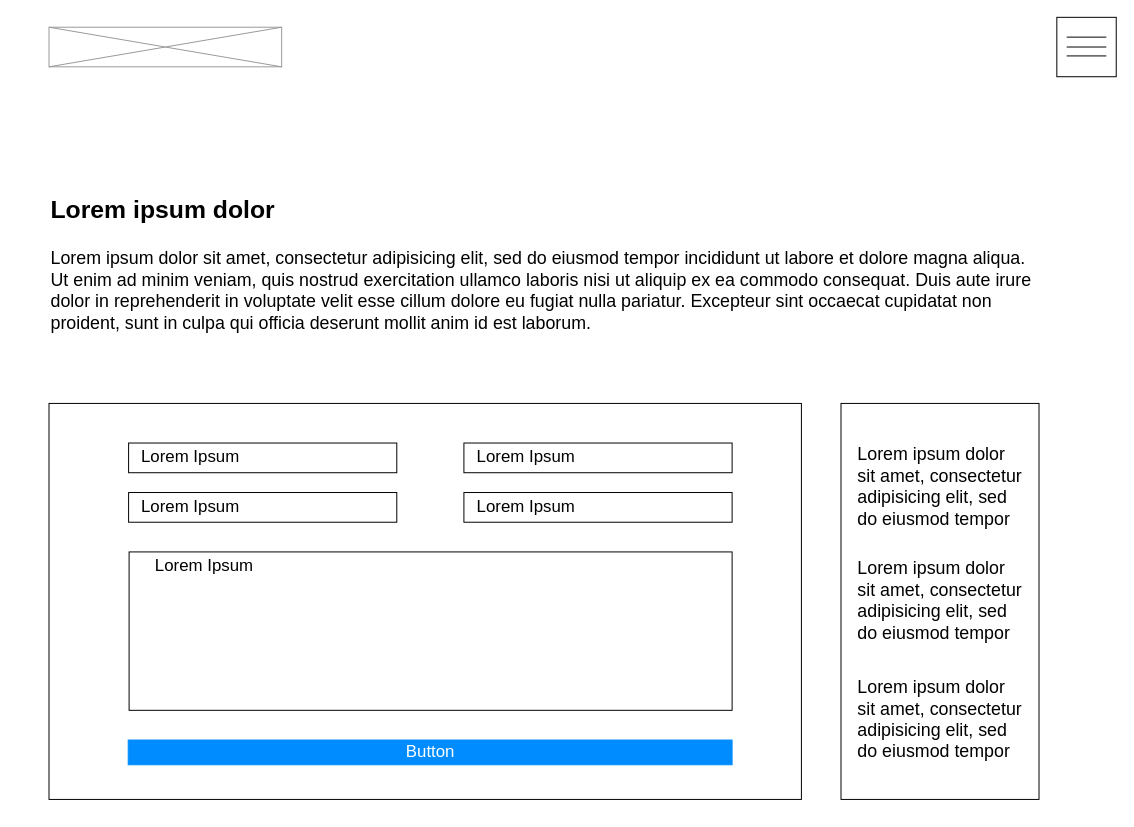
Earlier version of the draw.io diagram page "Contact" (4 of 6) of portfolio/Pelican Prince Profile.drawio (Tolaji/wdd130). Source tidied: cells renumbered, new cells numbered last; positions are measured from the earlier drawing's top-left corner, leaving out a move shared by most shapes. Both pictures are drawn from the tidied source at 99%, with x=0, y=0 at pixel (49, 17).
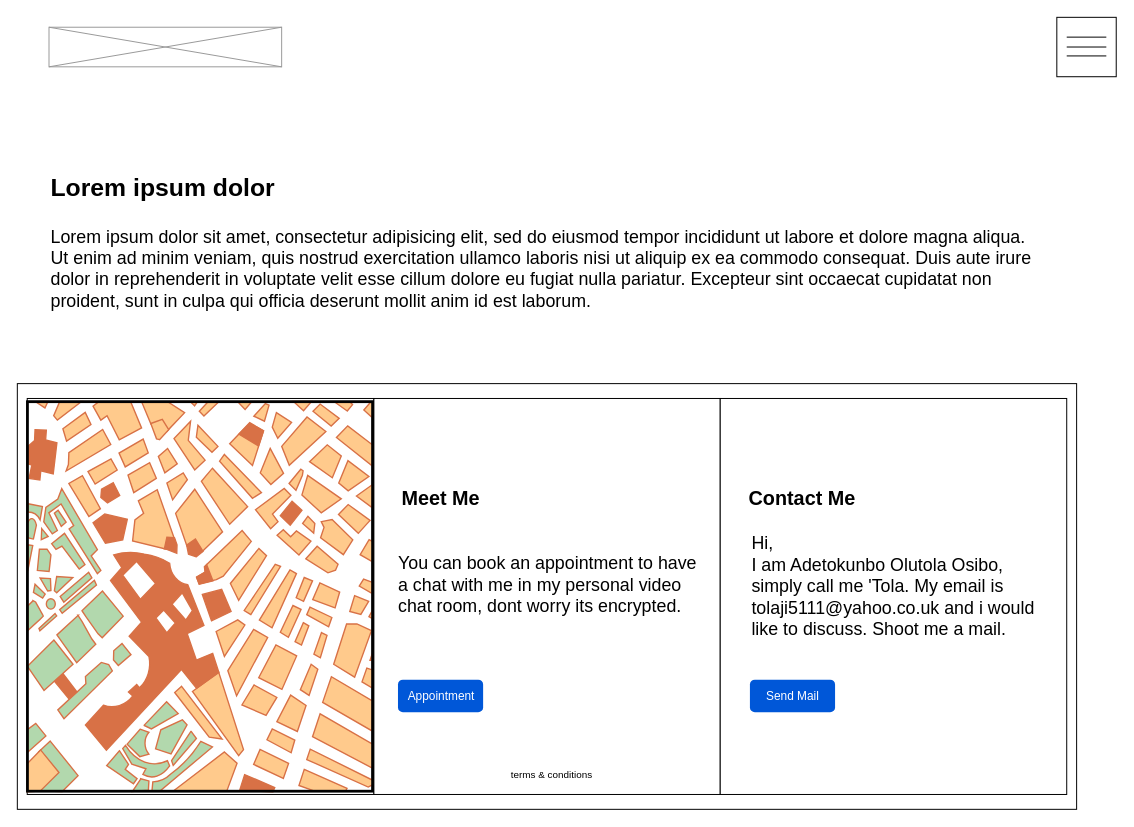
The same page after the edit.

Diff of the diagram source:
```diff
@@
-    <mxCell id="2" style="rounded=0;whiteSpace=wrap;html=1;" parent="1" vertex="1">
-      <mxGeometry y="390" width="760" height="400" as="geometry" />
-    </mxCell>
+    <mxCell id="33" style="rounded=0;whiteSpace=wrap;html=1;fontSize=14;" parent="1" vertex="1">
+      <mxGeometry x="-32" y="370" width="1070" height="430" as="geometry" />
+    </mxCell>
@@
     <mxCell id="4" style="rounded=0;whiteSpace=wrap;html=1;" parent="1" vertex="1">
-      <mxGeometry x="800" y="390" width="200" height="400" as="geometry" />
+      <mxGeometry x="328" y="385" width="350" height="400" as="geometry" />
     </mxCell>
     <mxCell id="5" value="Lorem ipsum dolor sit amet, consectetur adipisicing elit, sed do eiusmod tempor incididunt ut labore et dolore magna aliqua. Ut enim ad minim veniam, quis nostrud exercitation ullamco laboris nisi ut aliquip ex ea commodo consequat. Duis aute irure dolor in reprehenderit in voluptate velit esse cillum dolore eu fugiat nulla pariatur. Excepteur sint occaecat cupidatat non proident, sunt in culpa qui officia deserunt mollit anim id est laborum." style="text;spacingTop=-5;whiteSpace=wrap;html=1;align=left;fontSize=18;fontFamily=Helvetica;fillColor=none;strokeColor=none;" parent="1" vertex="1">
-      <mxGeometry y="232" width="1000" height="90" as="geometry" />
+      <mxGeometry y="210" width="1000" height="90" as="geometry" />
     </mxCell>
     <mxCell id="6" value="Lorem ipsum dolor&amp;nbsp;" style="text;spacingTop=-5;whiteSpace=wrap;html=1;align=left;fontSize=25;fontFamily=Helvetica;fillColor=none;strokeColor=none;fontStyle=1;verticalAlign=middle;" parent="1" vertex="1">
-      <mxGeometry y="170" width="240" height="50" as="geometry" />
+      <mxGeometry y="148" width="240" height="50" as="geometry" />
     </mxCell>
-    <mxCell id="7" value="Button" style="strokeWidth=1;shadow=0;dashed=0;align=center;html=1;shape=mxgraph.mockup.text.rrect;rSize=0;fontSize=17;fontColor=#ffffff;fillColor=#008cff;strokeColor=#008cff;" parent="1" vertex="1">
-      <mxGeometry x="80" y="730" width="610" height="25" as="geometry" />
-    </mxCell>
-    <mxCell id="8" style="group;" parent="1" vertex="1">
-      <mxGeometry x="70" y="430" width="620" height="270" as="geometry" />
-    </mxCell>
-    <mxCell id="9" style="rounded=0;whiteSpace=wrap;html=1;fontSize=25;" parent="8" vertex="1">
-      <mxGeometry x="10.9" y="110" width="609.1" height="160" as="geometry" />
-    </mxCell>
-    <mxCell id="10" value="Lorem Ipsum" style="text;html=1;strokeColor=none;fillColor=none;align=center;verticalAlign=middle;whiteSpace=wrap;rounded=0;fontSize=17;" parent="8" vertex="1">
-      <mxGeometry x="10.9" y="110" width="152.3" height="30" as="geometry" />
-    </mxCell>
-    <mxCell id="11" style="group;" parent="8" vertex="1">
-      <mxGeometry width="620" height="80" as="geometry" />
-    </mxCell>
-    <mxCell id="12" style="group;" parent="11" vertex="1">
-      <mxGeometry y="50" width="281.3" height="30" as="geometry" />
-    </mxCell>
-    <mxCell id="13" style="rounded=0;whiteSpace=wrap;html=1;fontSize=25;" parent="12" vertex="1">
-      <mxGeometry x="10.4" width="270.9" height="30" as="geometry" />
-    </mxCell>
-    <mxCell id="14" value="Lorem Ipsum" style="text;html=1;strokeColor=none;fillColor=none;align=center;verticalAlign=middle;whiteSpace=wrap;rounded=0;fontSize=17;" parent="12" vertex="1">
-      <mxGeometry width="145.9" height="30" as="geometry" />
-    </mxCell>
-    <mxCell id="15" style="group;" parent="11" vertex="1">
-      <mxGeometry x="338.7" width="281.3" height="30" as="geometry" />
-    </mxCell>
-    <mxCell id="16" style="rounded=0;whiteSpace=wrap;html=1;fontSize=25;" parent="15" vertex="1">
-      <mxGeometry x="10.4" width="270.9" height="30" as="geometry" />
-    </mxCell>
-    <mxCell id="17" value="Lorem Ipsum" style="text;html=1;strokeColor=none;fillColor=none;align=center;verticalAlign=middle;whiteSpace=wrap;rounded=0;fontSize=17;" parent="15" vertex="1">
-      <mxGeometry width="145.9" height="30" as="geometry" />
-    </mxCell>
-    <mxCell id="18" style="group;" parent="11" vertex="1">
-      <mxGeometry width="281.3" height="30" as="geometry" />
-    </mxCell>
-    <mxCell id="19" style="rounded=0;whiteSpace=wrap;html=1;fontSize=25;" parent="18" vertex="1">
-      <mxGeometry x="10.4" width="270.9" height="30" as="geometry" />
-    </mxCell>
-    <mxCell id="20" value="Lorem Ipsum" style="text;html=1;strokeColor=none;fillColor=none;align=center;verticalAlign=middle;whiteSpace=wrap;rounded=0;fontSize=17;" parent="18" vertex="1">
-      <mxGeometry width="145.9" height="30" as="geometry" />
-    </mxCell>
-    <mxCell id="21" style="group;" parent="11" vertex="1">
-      <mxGeometry x="338.7" y="50" width="281.3" height="30" as="geometry" />
-    </mxCell>
-    <mxCell id="22" style="rounded=0;whiteSpace=wrap;html=1;fontSize=25;" parent="21" vertex="1">
-      <mxGeometry x="10.4" width="270.9" height="30" as="geometry" />
-    </mxCell>
-    <mxCell id="23" value="Lorem Ipsum" style="text;html=1;strokeColor=none;fillColor=none;align=center;verticalAlign=middle;whiteSpace=wrap;rounded=0;fontSize=17;" parent="21" vertex="1">
-      <mxGeometry width="145.9" height="30" as="geometry" />
-    </mxCell>
@@
+    <mxCell id="34" style="rounded=0;whiteSpace=wrap;html=1;" parent="1" vertex="1">
+      <mxGeometry x="678" y="385" width="350" height="400" as="geometry" />
+    </mxCell>
-    <mxCell id="30" value="Lorem ipsum dolor sit amet, consectetur adipisicing elit, sed do eiusmod tempor&amp;nbsp;" style="text;spacingTop=-5;whiteSpace=wrap;html=1;align=left;fontSize=18;fontFamily=Helvetica;fillColor=none;strokeColor=none;" parent="1" vertex="1">
-      <mxGeometry x="815" y="665" width="170" height="90" as="geometry" />
+    <mxCell id="30" value="You can book an appointment to have a chat with me in my personal video chat room, dont worry its encrypted.&amp;nbsp;" style="text;spacingTop=-5;whiteSpace=wrap;html=1;align=left;fontSize=18;fontFamily=Helvetica;fillColor=none;strokeColor=none;" parent="1" vertex="1">
+      <mxGeometry x="350.5" y="540" width="305" height="90" as="geometry" />
     </mxCell>
-    <mxCell id="31" value="Lorem ipsum dolor sit amet, consectetur adipisicing elit, sed do eiusmod tempor&amp;nbsp;" style="text;spacingTop=-5;whiteSpace=wrap;html=1;align=left;fontSize=18;fontFamily=Helvetica;fillColor=none;strokeColor=none;" parent="1" vertex="1">
-      <mxGeometry x="815" y="545" width="170" height="90" as="geometry" />
+    <mxCell id="31" value="Hi, &lt;br&gt;I am Adetokunbo Olutola Osibo, simply call me 'Tola. My email is tolaji5111@yahoo.co.uk and i would like to discuss. Shoot me a mail." style="text;spacingTop=-5;whiteSpace=wrap;html=1;align=left;fontSize=18;fontFamily=Helvetica;fillColor=none;strokeColor=none;" parent="1" vertex="1">
+      <mxGeometry x="708" y="520" width="300" height="110" as="geometry" />
     </mxCell>
-    <mxCell id="32" value="Lorem ipsum dolor sit amet, consectetur adipisicing elit, sed do eiusmod tempor&amp;nbsp;" style="text;spacingTop=-5;whiteSpace=wrap;html=1;align=left;fontSize=18;fontFamily=Helvetica;fillColor=none;strokeColor=none;" parent="1" vertex="1">
-      <mxGeometry x="815" y="430" width="170" height="90" as="geometry" />
-    </mxCell>
+    <mxCell id="35" style="rounded=0;whiteSpace=wrap;html=1;" parent="1" vertex="1">
+      <mxGeometry x="-22" y="385" width="350" height="400" as="geometry" />
+    </mxCell>
+    <mxCell id="36" value="Send Mail" style="rounded=1;fillColor=#0057D8;strokeColor=none;html=1;fontColor=#ffffff;align=center;verticalAlign=middle;fontStyle=0;fontSize=12;sketch=0;" parent="1" vertex="1">
+      <mxGeometry x="708" y="669" width="86" height="33" as="geometry" />
+    </mxCell>
+    <mxCell id="37" value="Contact Me" style="text;html=1;strokeColor=none;fillColor=none;align=center;verticalAlign=middle;whiteSpace=wrap;rounded=0;fontSize=20;fontStyle=1;" parent="1" vertex="1">
+      <mxGeometry x="696" y="470" width="130" height="30" as="geometry" />
+    </mxCell>
+    <mxCell id="38" value="Meet Me" style="text;html=1;strokeColor=none;fillColor=none;align=center;verticalAlign=middle;whiteSpace=wrap;rounded=0;fontSize=20;fontStyle=1;" parent="1" vertex="1">
+      <mxGeometry x="350.5" y="470" width="90" height="30" as="geometry" />
+    </mxCell>
+    <mxCell id="39" value="Appointment" style="rounded=1;fillColor=#0057D8;strokeColor=none;html=1;fontColor=#ffffff;align=center;verticalAlign=middle;fontStyle=0;fontSize=12;sketch=0;" parent="1" vertex="1">
+      <mxGeometry x="352.5" y="669" width="86" height="33" as="geometry" />
+    </mxCell>
+    <mxCell id="40" value="terms &amp;amp; conditions" style="text;html=1;strokeColor=none;fillColor=none;align=center;verticalAlign=middle;whiteSpace=wrap;rounded=0;fontSize=10;" parent="1" vertex="1">
+      <mxGeometry x="463" y="750" width="90" height="30" as="geometry" />
+    </mxCell>
+    <mxCell id="41" style="verticalLabelPosition=bottom;shadow=0;dashed=0;align=center;html=1;verticalAlign=top;strokeWidth=1;shape=mxgraph.mockup.misc.map;fontSize=10;" parent="1" vertex="1">
+      <mxGeometry x="-22" y="388" width="350" height="395" as="geometry" />
+    </mxCell>
```
